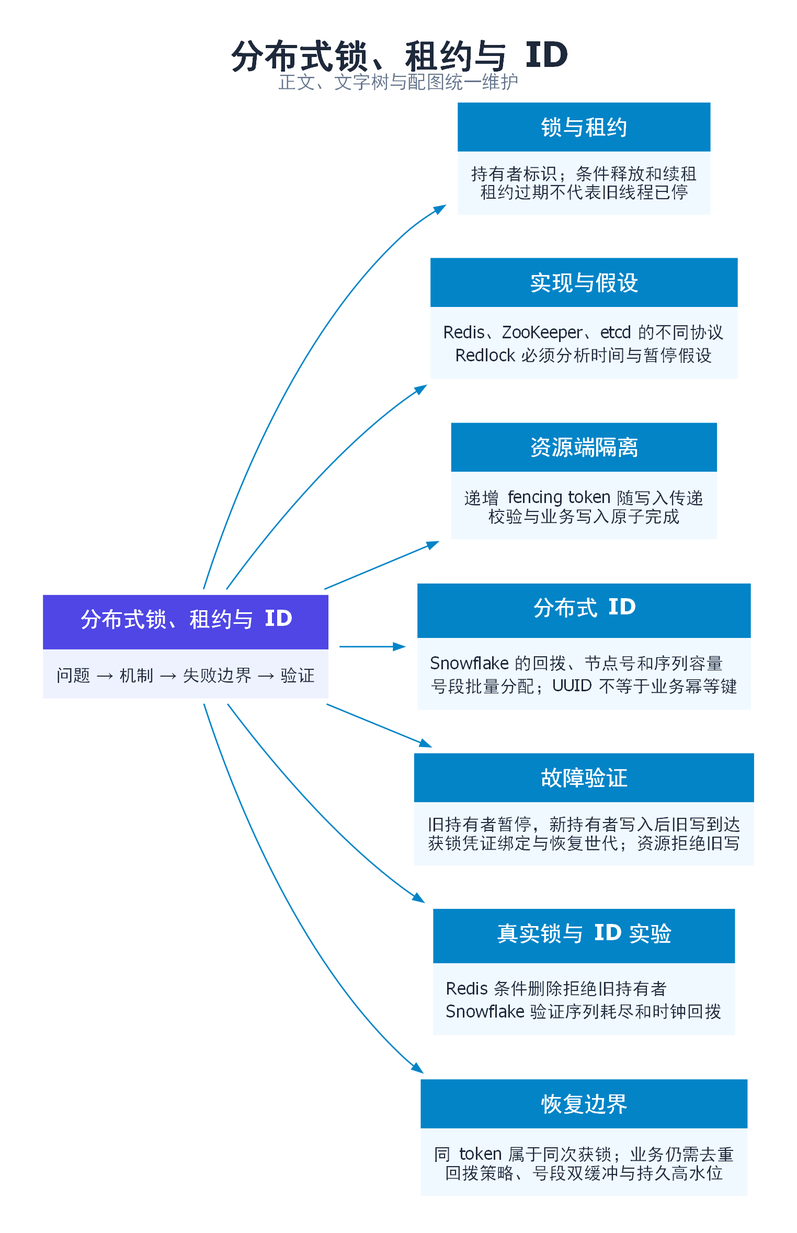
zingerWang/Jobs keeps this Graphviz diagram as 分布式系统/images/topic-05-mindmap.png. Above is the earlier version. Its source is kept beside it as 分布式系统/images/topic-05-mindmap.dot. The source it was exported from:
```dot
digraph G {
graph [rankdir=LR, bgcolor="white", dpi=200, pad=0.3, nodesep=0.3, ranksep=0.6, fontname="PingFang SC", labelloc=t, label=<<FONT POINT-SIZE="24" COLOR="#1E293B"><B>分布式锁、租约与 ID</B></FONT><BR/><FONT POINT-SIZE="13" COLOR="#64748B">正文、文字树与配图统一维护</FONT>>];
node [shape=plaintext, fontname="PingFang SC"];
edge [fontname="PingFang SC", fontsize=11, arrowhead=normal, arrowsize=0.7, color="#0284C7", fontcolor="#0284C7"];
root [label=<<TABLE BORDER="0" CELLBORDER="0" CELLSPACING="0" CELLPADDING="9"><TR><TD BGCOLOR="#4F46E5"><FONT COLOR="white" POINT-SIZE="15"><B>分布式锁、租约与 ID</B></FONT></TD></TR><TR><TD BGCOLOR="#EEF2FF" ALIGN="LEFT"><FONT COLOR="#1E293B" POINT-SIZE="12">问题 → 机制 → 失败边界 → 验证</FONT></TD></TR></TABLE>>];
n0 [label=<<TABLE BORDER="0" CELLBORDER="0" CELLSPACING="0" CELLPADDING="9"><TR><TD BGCOLOR="#0284C7"><FONT COLOR="white" POINT-SIZE="15"><B>锁与租约</B></FONT></TD></TR><TR><TD BGCOLOR="#F0F9FF" ALIGN="LEFT"><FONT COLOR="#1E293B" POINT-SIZE="12">持有者标识；条件释放和续租<BR ALIGN="LEFT"/>租约过期不代表旧线程已停</FONT></TD></TR></TABLE>>];
n1 [label=<<TABLE BORDER="0" CELLBORDER="0" CELLSPACING="0" CELLPADDING="9"><TR><TD BGCOLOR="#0284C7"><FONT COLOR="white" POINT-SIZE="15"><B>实现与假设</B></FONT></TD></TR><TR><TD BGCOLOR="#F0F9FF" ALIGN="LEFT"><FONT COLOR="#1E293B" POINT-SIZE="12">Redis、ZooKeeper、etcd 的不同协议<BR ALIGN="LEFT"/>Redlock 必须分析时间与暂停假设</FONT></TD></TR></TABLE>>];
n2 [label=<<TABLE BORDER="0" CELLBORDER="0" CELLSPACING="0" CELLPADDING="9"><TR><TD BGCOLOR="#0284C7"><FONT COLOR="white" POINT-SIZE="15"><B>资源端隔离</B></FONT></TD></TR><TR><TD BGCOLOR="#F0F9FF" ALIGN="LEFT"><FONT COLOR="#1E293B" POINT-SIZE="12">递增 fencing token 随写入传递<BR ALIGN="LEFT"/>校验与业务写入原子完成</FONT></TD></TR></TABLE>>];
n3 [label=<<TABLE BORDER="0" CELLBORDER="0" CELLSPACING="0" CELLPADDING="9"><TR><TD BGCOLOR="#0284C7"><FONT COLOR="white" POINT-SIZE="15"><B>分布式 ID</B></FONT></TD></TR><TR><TD BGCOLOR="#F0F9FF" ALIGN="LEFT"><FONT COLOR="#1E293B" POINT-SIZE="12">Snowflake 的回拨、节点号和序列容量<BR ALIGN="LEFT"/>号段批量分配；UUID 不等于业务幂等键</FONT></TD></TR></TABLE>>];
n4 [label=<<TABLE BORDER="0" CELLBORDER="0" CELLSPACING="0" CELLPADDING="9"><TR><TD BGCOLOR="#0284C7"><FONT COLOR="white" POINT-SIZE="15"><B>故障验证</B></FONT></TD></TR><TR><TD BGCOLOR="#F0F9FF" ALIGN="LEFT"><FONT COLOR="#1E293B" POINT-SIZE="12">旧持有者暂停，新持有者写入后旧写到达<BR ALIGN="LEFT"/>获锁凭证绑定与恢复世代；资源拒绝旧写</FONT></TD></TR></TABLE>>];
n5 [label=<<TABLE BORDER="0" CELLBORDER="0" CELLSPACING="0" CELLPADDING="9"><TR><TD BGCOLOR="#0284C7"><FONT COLOR="white" POINT-SIZE="15"><B>真实锁与 ID 实验</B></FONT></TD></TR><TR><TD BGCOLOR="#F0F9FF" ALIGN="LEFT"><FONT COLOR="#1E293B" POINT-SIZE="12">Redis 条件删除拒绝旧持有者<BR ALIGN="LEFT"/>Snowflake 验证序列耗尽和时钟回拨</FONT></TD></TR></TABLE>>];
n6 [label=<<TABLE BORDER="0" CELLBORDER="0" CELLSPACING="0" CELLPADDING="9"><TR><TD BGCOLOR="#0284C7"><FONT COLOR="white" POINT-SIZE="15"><B>恢复边界</B></FONT></TD></TR><TR><TD BGCOLOR="#F0F9FF" ALIGN="LEFT"><FONT COLOR="#1E293B" POINT-SIZE="12">同 token 属于同次获锁；业务仍需去重<BR ALIGN="LEFT"/>回拨策略、号段双缓冲与持久高水位</FONT></TD></TR></TABLE>>];
root -> n0;
root -> n1;
root -> n2;
root -> n3;
root -> n4;
root -> n5;
root -> n6;
}
```
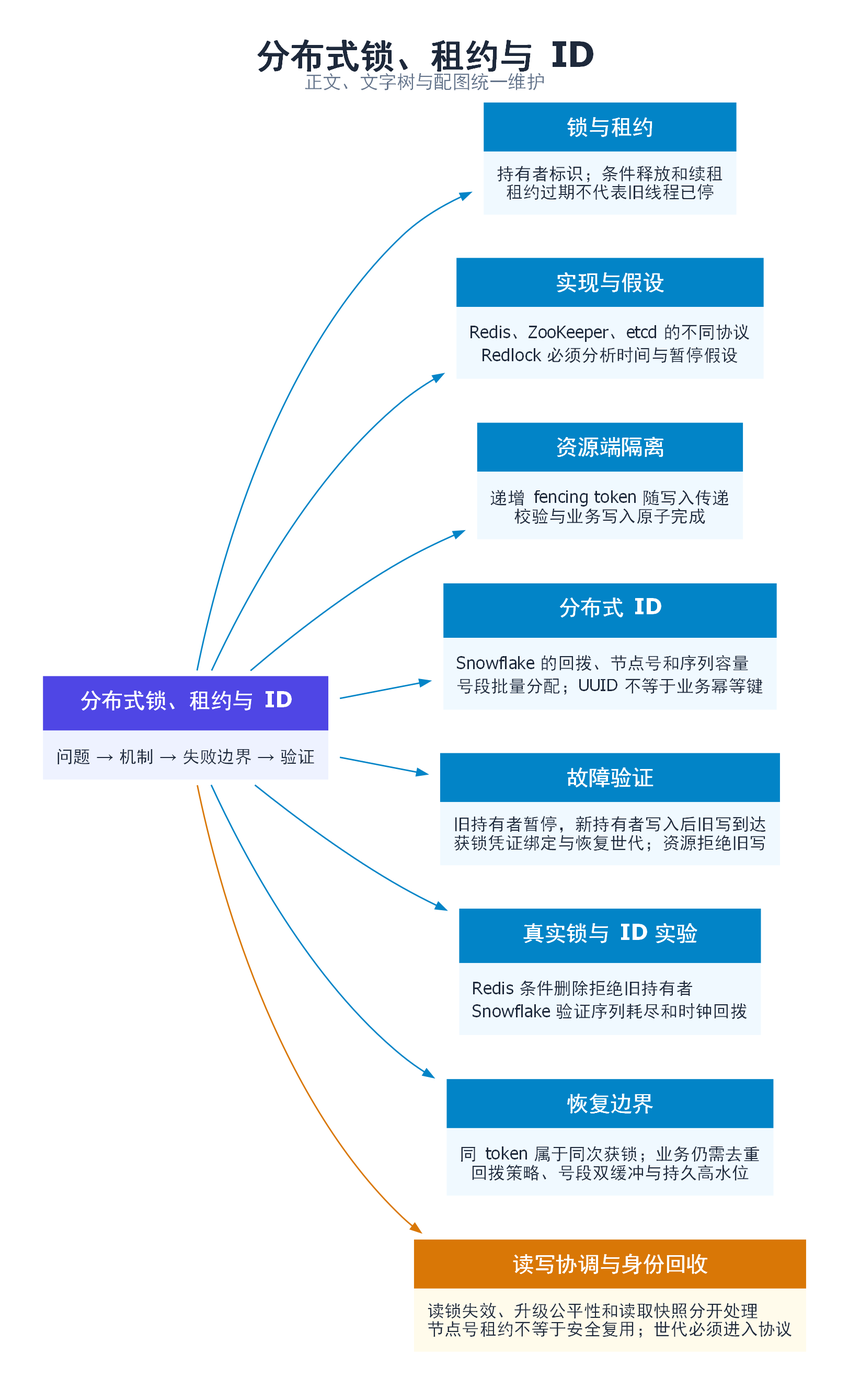
The same file after the commit.

Diff of the diagram source:
```diff
@@ -17,4 +17,6 @@
 root -> n4;
 root -> n5;
 root -> n6;
+engineering [label=<<TABLE BORDER="0" CELLBORDER="0" CELLSPACING="0" CELLPADDING="9"><TR><TD BGCOLOR="#D97706"><FONT COLOR="white" POINT-SIZE="15"><B>读写协调与身份回收</B></FONT></TD></TR><TR><TD BGCOLOR="#FFFBEB" ALIGN="LEFT"><FONT COLOR="#1E293B" POINT-SIZE="12">读锁失效、升级公平性和读取快照分开处理<BR ALIGN="LEFT"/>节点号租约不等于安全复用；世代必须进入协议</FONT></TD></TR></TABLE>>];
+root -> engineering [color="#D97706",fontcolor="#D97706"];
 }
```
